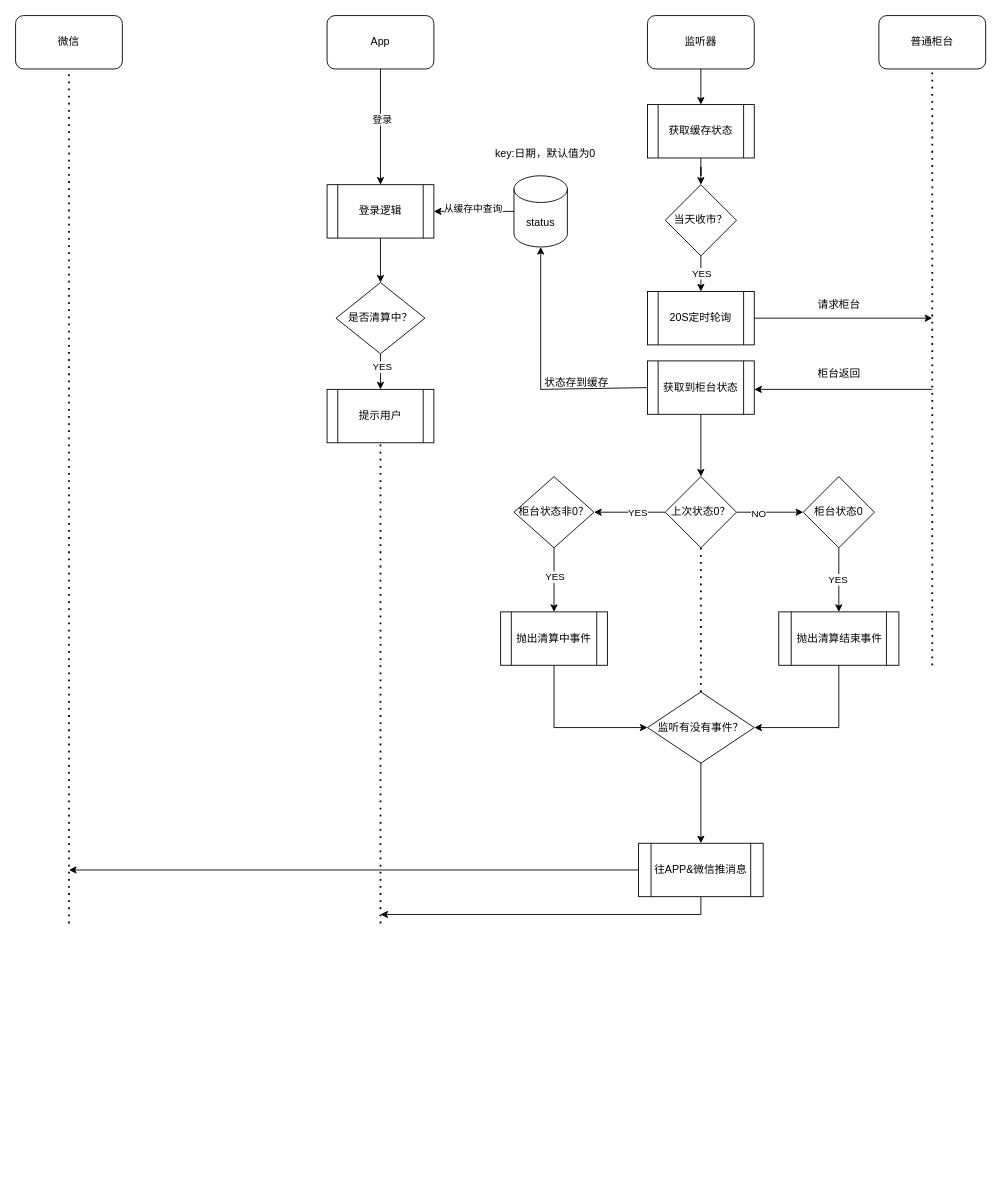
samhuangszu1/bpmn-process-designer keeps this draw.io diagram as 清算通知.drawio. Above is the earlier version. Source tidied: cells renumbered, new cells numbered last; positions are measured from the earlier drawing's top-left corner, leaving out a move shared by most shapes. Both pictures are drawn from the tidied source at 89%, with x=0, y=0 at pixel (15, 15).
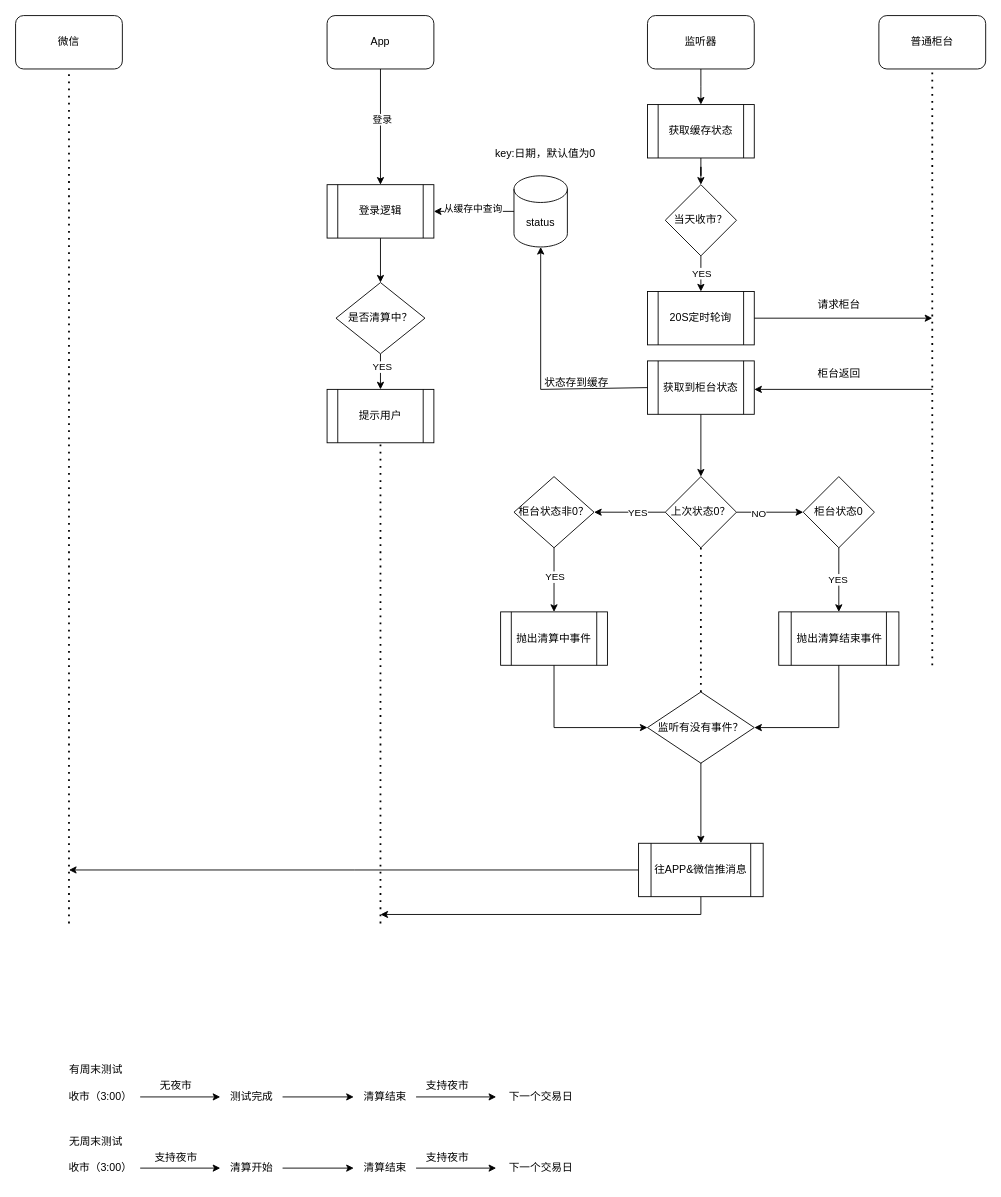
Above is the later version.

Commit message:
更新清算通知.drawio

Change to the diagram source:
```diff
@@
+    <mxCell id="57" style="edgeStyle=orthogonalEdgeStyle;rounded=0;jettySize=auto;html=1;" parent="1" edge="1" source="58" target="60">
+      <mxGeometry relative="1" as="geometry" />
+    </mxCell>
+    <mxCell id="58" value="收市（3:00）" style="text;html=1;align=center;verticalAlign=middle;points=[];strokeColor=none;fillColor=none;" parent="1" vertex="1">
+      <mxGeometry x="50" y="1200" width="90" height="30" as="geometry" />
+    </mxCell>
+    <mxCell id="59" style="edgeStyle=orthogonalEdgeStyle;rounded=0;jettySize=auto;html=1;" parent="1" edge="1" source="60" target="63">
+      <mxGeometry relative="1" as="geometry" />
+    </mxCell>
+    <mxCell id="60" value="测试完成" style="text;html=1;align=center;verticalAlign=middle;points=[];strokeColor=none;fillColor=none;" parent="1" vertex="1">
+      <mxGeometry x="230" y="1200" width="70" height="30" as="geometry" />
+    </mxCell>
+    <mxCell id="61" value="无夜市" style="text;html=1;align=center;verticalAlign=middle;strokeColor=none;fillColor=none;" parent="1" vertex="1">
+      <mxGeometry x="150" y="1188" width="60" height="30" as="geometry" />
+    </mxCell>
+    <mxCell id="62" style="edgeStyle=orthogonalEdgeStyle;rounded=0;jettySize=auto;html=1;" parent="1" edge="1" source="63" target="73">
+      <mxGeometry relative="1" as="geometry" />
+    </mxCell>
+    <mxCell id="63" value="清算结束" style="text;html=1;align=center;verticalAlign=middle;points=[];strokeColor=none;fillColor=none;" parent="1" vertex="1">
+      <mxGeometry x="380" y="1200" width="70" height="30" as="geometry" />
+    </mxCell>
+    <mxCell id="64" style="edgeStyle=orthogonalEdgeStyle;rounded=0;jettySize=auto;html=1;" parent="1" edge="1" source="65" target="67">
+      <mxGeometry relative="1" as="geometry" />
+    </mxCell>
+    <mxCell id="65" value="收市（3:00）" style="text;html=1;align=center;verticalAlign=middle;points=[];strokeColor=none;fillColor=none;" parent="1" vertex="1">
+      <mxGeometry x="50" y="1280" width="90" height="30" as="geometry" />
+    </mxCell>
+    <mxCell id="66" style="edgeStyle=orthogonalEdgeStyle;rounded=0;jettySize=auto;html=1;" parent="1" edge="1" source="67" target="70">
+      <mxGeometry relative="1" as="geometry" />
+    </mxCell>
+    <mxCell id="67" value="清算开始" style="text;html=1;align=center;verticalAlign=middle;points=[];strokeColor=none;fillColor=none;" parent="1" vertex="1">
+      <mxGeometry x="230" y="1280" width="70" height="30" as="geometry" />
+    </mxCell>
+    <mxCell id="68" value="支持夜市" style="text;html=1;align=center;verticalAlign=middle;strokeColor=none;fillColor=none;" parent="1" vertex="1">
+      <mxGeometry x="145" y="1268" width="70" height="30" as="geometry" />
+    </mxCell>
+    <mxCell id="69" style="edgeStyle=orthogonalEdgeStyle;rounded=0;jettySize=auto;html=1;" parent="1" edge="1" source="70" target="74">
+      <mxGeometry relative="1" as="geometry" />
+    </mxCell>
+    <mxCell id="70" value="清算结束" style="text;html=1;align=center;verticalAlign=middle;points=[];strokeColor=none;fillColor=none;" parent="1" vertex="1">
+      <mxGeometry x="380" y="1280" width="70" height="30" as="geometry" />
+    </mxCell>
+    <mxCell id="71" value="有周末测试" style="text;html=1;align=center;verticalAlign=middle;strokeColor=none;fillColor=none;" parent="1" vertex="1">
+      <mxGeometry x="50" y="1170" width="80" height="30" as="geometry" />
+    </mxCell>
+    <mxCell id="72" value="无周末测试" style="text;html=1;align=center;verticalAlign=middle;strokeColor=none;fillColor=none;" parent="1" vertex="1">
+      <mxGeometry x="50" y="1250" width="80" height="30" as="geometry" />
+    </mxCell>
+    <mxCell id="73" value="下一个交易日" style="text;html=1;align=center;verticalAlign=middle;points=[];strokeColor=none;fillColor=none;" parent="1" vertex="1">
+      <mxGeometry x="540" y="1200" width="100" height="30" as="geometry" />
+    </mxCell>
+    <mxCell id="74" value="下一个交易日" style="text;html=1;align=center;verticalAlign=middle;points=[];strokeColor=none;fillColor=none;" parent="1" vertex="1">
+      <mxGeometry x="540" y="1280" width="100" height="30" as="geometry" />
+    </mxCell>
+    <mxCell id="75" value="支持夜市" style="text;html=1;align=center;verticalAlign=middle;strokeColor=none;fillColor=none;" parent="1" vertex="1">
+      <mxGeometry x="450" y="1188" width="70" height="30" as="geometry" />
+    </mxCell>
+    <mxCell id="76" value="支持夜市" style="text;html=1;align=center;verticalAlign=middle;strokeColor=none;fillColor=none;" parent="1" vertex="1">
+      <mxGeometry x="450" y="1268" width="70" height="30" as="geometry" />
+    </mxCell>
```
